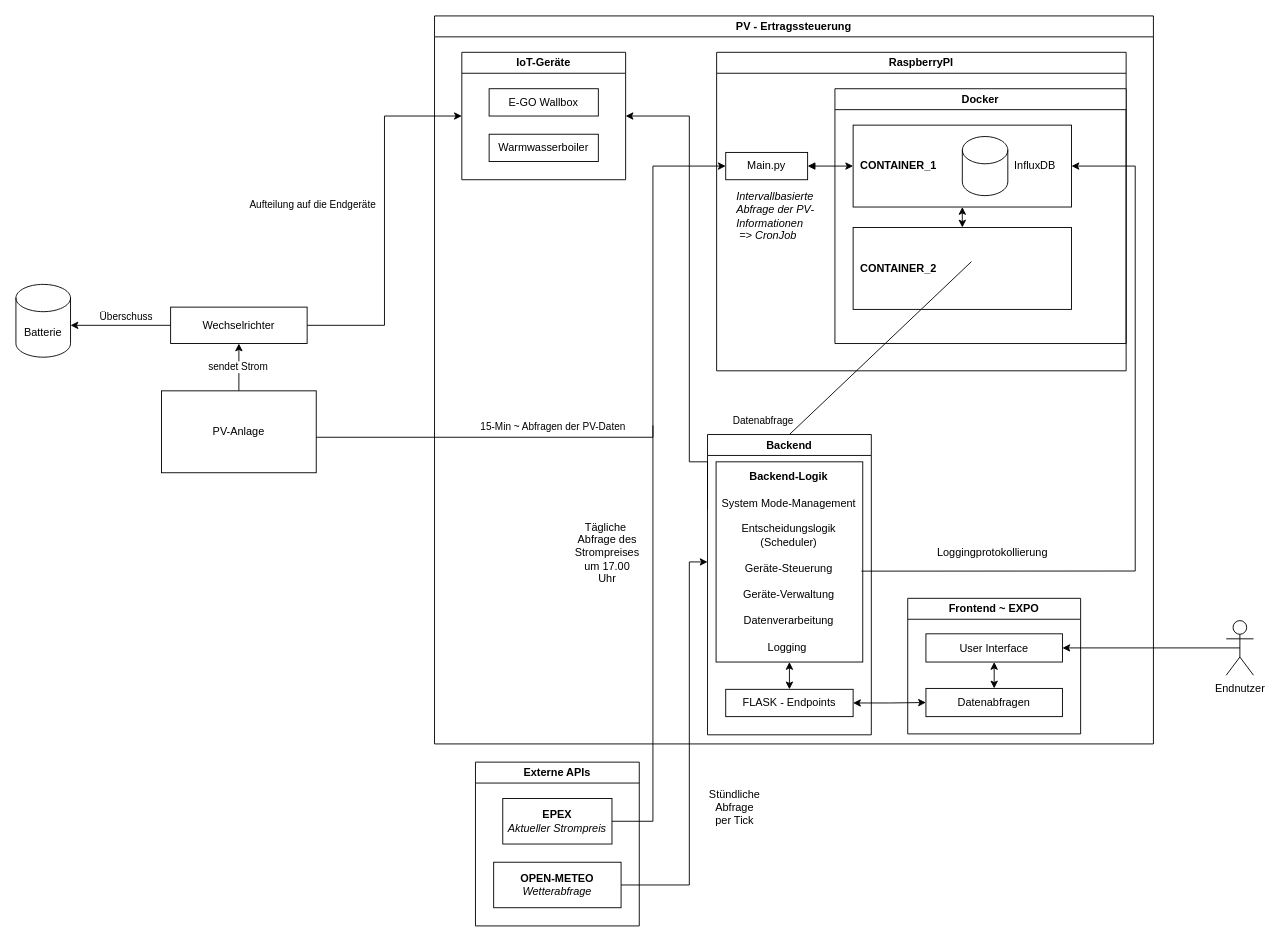
jonasaberger/DIPL_Ertragssteuerung_PV keeps this draw.io diagram as 00_Docs/02_Diagramme/PV-Ertragssteuerung.drawio. Above is the earlier version. Source tidied: cells renumbered, new cells numbered last; positions are measured from the earlier drawing's top-left corner, leaving out a move shared by most shapes. Both pictures are drawn from the tidied source at 91%, with x=0, y=0 at pixel (15, 15).
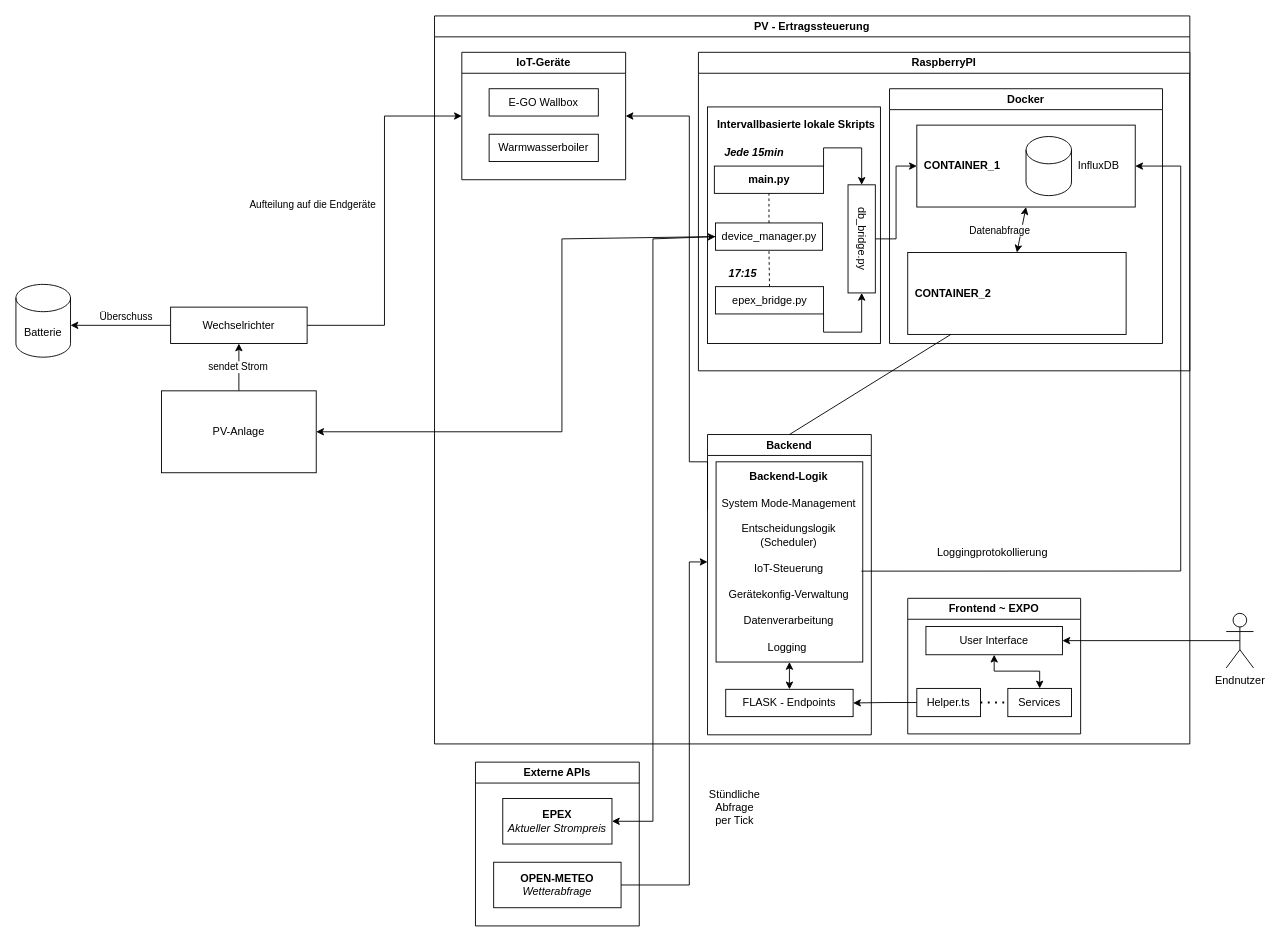
The same page after the edit.

The change refers to these unchanged cells:
```xml
<mxCell id="6" value="Frontend ~ EXPO" style="swimlane;whiteSpace=wrap;html=1;startSize=23;" parent="2" vertex="1">
  <mxGeometry x="520" y="640" width="190" height="149" as="geometry" />
</mxCell>
<mxCell id="22" style="edgeStyle=orthogonalEdgeStyle;rounded=0;jettySize=auto;html=1;exitX=0;exitY=0.25;exitDx=0;exitDy=0;entryX=1;entryY=0.5;entryDx=0;entryDy=0;" parent="2" edge="1" source="24" target="3">
  <mxGeometry relative="1" as="geometry">
    <Array as="points">
      <mxPoint x="280" y="490" />
      <mxPoint x="280" y="110" />
    </Array>
  </mxGeometry>
</mxCell>
<mxCell id="24" value="Backend" style="swimlane;whiteSpace=wrap;html=1;startSize=23;" parent="2" vertex="1">
  <mxGeometry x="300" y="460" width="180" height="330" as="geometry" />
</mxCell>
<mxCell id="25" value="FLASK - Endpoints" style="rounded=0;whiteSpace=wrap;html=1;" parent="24" vertex="1">
  <mxGeometry x="20" y="280" width="140" height="30" as="geometry" />
</mxCell>
<mxCell id="42" value="PV-Anlage" style="rounded=0;whiteSpace=wrap;html=1;" parent="1" vertex="1">
  <mxGeometry x="160" y="412" width="170" height="90" as="geometry" />
</mxCell>
<mxCell id="46" value="&lt;b&gt;EPEX&lt;/b&gt;&lt;div&gt;&lt;i&gt;Aktueller Strompreis&lt;/i&gt;&lt;/div&gt;" style="rounded=0;whiteSpace=wrap;html=1;" parent="45" vertex="1">
  <mxGeometry x="30" y="40" width="120" height="50" as="geometry" />
</mxCell>
```

Change to the diagram source:
```diff
@@
     <mxCell id="2" value="PV - Ertragssteuerung" style="swimlane;whiteSpace=wrap;html=1;" parent="1" vertex="1">
-      <mxGeometry x="460" width="790" height="800" as="geometry" />
+      <mxGeometry x="460" width="830" height="800" as="geometry" />
     </mxCell>
@@
-    <mxCell id="7" value="Datenabfragen" style="rounded=0;whiteSpace=wrap;html=1;" parent="6" vertex="1">
-      <mxGeometry x="20" y="99" width="150" height="31" as="geometry" />
+    <mxCell id="7" value="Services" style="rounded=0;whiteSpace=wrap;html=1;" parent="6" vertex="1">
+      <mxGeometry x="110" y="99" width="70" height="31" as="geometry" />
     </mxCell>
     <mxCell id="8" value="User Interface" style="rounded=0;whiteSpace=wrap;html=1;" parent="6" vertex="1">
-      <mxGeometry x="20" y="39" width="150" height="31" as="geometry" />
+      <mxGeometry x="20" y="31" width="150" height="31" as="geometry" />
     </mxCell>
+    <mxCell id="52" value="Helper.ts" style="rounded=0;whiteSpace=wrap;html=1;" parent="6" vertex="1">
+      <mxGeometry x="10" y="99" width="70" height="31" as="geometry" />
+    </mxCell>
+    <mxCell id="53" style="endArrow=none;dashed=1;html=1;dashPattern=1 3;strokeWidth=2;rounded=0;entryX=0;entryY=0.5;entryDx=0;entryDy=0;exitX=1;exitY=0.5;exitDx=0;exitDy=0;" parent="6" edge="1" source="52" target="7">
+      <mxGeometry relative="1" as="geometry" />
+    </mxCell>
     <mxCell id="9" style="endArrow=classic;startArrow=classic;html=1;rounded=0;entryX=0.5;entryY=1;entryDx=0;entryDy=0;exitX=0.5;exitY=0;exitDx=0;exitDy=0;" parent="6" edge="1" source="7" target="8">
-      <mxGeometry relative="1" as="geometry" />
+      <mxGeometry relative="1" as="geometry">
+        <Array as="points">
+          <mxPoint x="145" y="80" />
+          <mxPoint x="95" y="80" />
+        </Array>
+      </mxGeometry>
     </mxCell>
     <mxCell id="10" value="RaspberryPI" style="swimlane;whiteSpace=wrap;html=1;" parent="2" vertex="1">
-      <mxGeometry x="310" y="40" width="450" height="350" as="geometry" />
+      <mxGeometry x="290" y="40" width="540" height="350" as="geometry" />
     </mxCell>
+    <mxCell id="54" style="rounded=0;whiteSpace=wrap;html=1;fillColor=none;" parent="10" vertex="1">
+      <mxGeometry x="10" y="60" width="190" height="260" as="geometry" />
+    </mxCell>
     <mxCell id="11" value="Docker" style="swimlane;whiteSpace=wrap;html=1;" parent="10" vertex="1">
-      <mxGeometry x="130" y="40" width="320" height="280" as="geometry" />
+      <mxGeometry x="210" y="40" width="300" height="280" as="geometry" />
     </mxCell>
     <mxCell id="12" style="rounded=0;whiteSpace=wrap;html=1;fillColor=none;" parent="11" vertex="1">
-      <mxGeometry x="20" y="40" width="240" height="90" as="geometry" />
+      <mxGeometry x="30" y="40" width="240" height="90" as="geometry" />
     </mxCell>
     <mxCell id="13" style="shape=cylinder3;whiteSpace=wrap;html=1;boundedLbl=1;backgroundOutline=1;size=15;" parent="11" vertex="1">
-      <mxGeometry x="140" y="52.5" width="50" height="65" as="geometry" />
+      <mxGeometry x="150" y="52.5" width="50" height="65" as="geometry" />
     </mxCell>
     <mxCell id="14" value="InfluxDB" style="text;html=1;align=center;verticalAlign=middle;whiteSpace=wrap;rounded=0;" parent="11" vertex="1">
-      <mxGeometry x="190" y="70" width="60" height="30" as="geometry" />
+      <mxGeometry x="200" y="70" width="60" height="30" as="geometry" />
     </mxCell>
     <mxCell id="15" value="CONTAINER_1" style="text;html=1;align=center;verticalAlign=middle;whiteSpace=wrap;rounded=0;fontStyle=1;" parent="11" vertex="1">
-      <mxGeometry x="40" y="70" width="60" height="30" as="geometry" />
+      <mxGeometry x="50" y="70" width="60" height="30" as="geometry" />
     </mxCell>
+    <mxCell id="18" style="endArrow=classic;startArrow=classic;html=1;rounded=0;entryX=0.5;entryY=1;entryDx=0;entryDy=0;exitX=0.5;exitY=0;exitDx=0;exitDy=0;" parent="11" edge="1" source="16" target="12">
+      <mxGeometry relative="1" as="geometry" />
+    </mxCell>
+    <mxCell id="55" style="group;" parent="11" vertex="1">
+      <mxGeometry x="20" y="180" width="240" height="90" as="geometry" />
+    </mxCell>
-    <mxCell id="16" style="rounded=0;whiteSpace=wrap;html=1;fillColor=none;" parent="11" vertex="1">
-      <mxGeometry x="20" y="152.5" width="240" height="90" as="geometry" />
+    <mxCell id="16" style="rounded=0;whiteSpace=wrap;html=1;fillColor=none;" parent="55" vertex="1">
+      <mxGeometry width="240" height="90" as="geometry" />
     </mxCell>
-    <mxCell id="17" value="CONTAINER_2" style="text;html=1;align=center;verticalAlign=middle;whiteSpace=wrap;rounded=0;fontStyle=1;" parent="11" vertex="1">
-      <mxGeometry x="40" y="182.5" width="60" height="30" as="geometry" />
+    <mxCell id="17" value="CONTAINER_2" style="text;html=1;align=center;verticalAlign=middle;whiteSpace=wrap;rounded=0;fontStyle=1;" parent="55" vertex="1">
+      <mxGeometry x="20" y="30" width="60" height="30" as="geometry" />
     </mxCell>
-    <mxCell id="18" style="endArrow=classic;startArrow=classic;html=1;rounded=0;entryX=0.5;entryY=1;entryDx=0;entryDy=0;exitX=0.5;exitY=0;exitDx=0;exitDy=0;" parent="11" edge="1" source="16" target="12">
-      <mxGeometry relative="1" as="geometry" />
-    </mxCell>
-    <mxCell id="19" style="edgeStyle=orthogonalEdgeStyle;rounded=0;jettySize=auto;html=1;exitX=1;exitY=0.5;exitDx=0;exitDy=0;entryX=0;entryY=0.5;entryDx=0;entryDy=0;startArrow=block;startFill=1;" parent="10" edge="1" source="20" target="12">
-      <mxGeometry relative="1" as="geometry" />
-    </mxCell>
+    <mxCell id="56" style="edgeStyle=orthogonalEdgeStyle;rounded=0;jettySize=auto;html=1;exitX=1;exitY=0;exitDx=0;exitDy=0;entryX=0;entryY=0.5;entryDx=0;entryDy=0;" parent="10" edge="1" source="20" target="62">
+      <mxGeometry relative="1" as="geometry" />
+    </mxCell>
-    <mxCell id="20" value="Main.py" style="rounded=0;whiteSpace=wrap;html=1;" parent="10" vertex="1">
-      <mxGeometry x="10" y="110" width="90" height="30" as="geometry" />
+    <mxCell id="20" value="&lt;b&gt;main.py&lt;/b&gt;" style="rounded=0;whiteSpace=wrap;html=1;" parent="10" vertex="1">
+      <mxGeometry x="17.5" y="125" width="120" height="30" as="geometry" />
     </mxCell>
+    <mxCell id="57" value="device_manager.py" style="rounded=0;whiteSpace=wrap;html=1;" parent="10" vertex="1">
+      <mxGeometry x="18.8" y="187.5" width="117.5" height="30" as="geometry" />
+    </mxCell>
+    <mxCell id="58" style="edgeStyle=orthogonalEdgeStyle;rounded=0;jettySize=auto;html=1;exitX=1;exitY=1;exitDx=0;exitDy=0;entryX=1;entryY=0.5;entryDx=0;entryDy=0;" parent="10" edge="1" source="59" target="62">
+      <mxGeometry relative="1" as="geometry" />
+    </mxCell>
+    <mxCell id="59" value="epex_bridge.py" style="rounded=0;whiteSpace=wrap;html=1;" parent="10" vertex="1">
+      <mxGeometry x="18.7" y="257.5" width="118.8" height="30" as="geometry" />
+    </mxCell>
-    <mxCell id="21" value="Intervallbasierte&lt;div&gt;Abfrage der PV-Informationen&lt;/div&gt;&lt;div&gt;&amp;nbsp;=&amp;gt; CronJob&lt;/div&gt;" style="text;html=1;align=left;verticalAlign=middle;whiteSpace=wrap;rounded=0;fontStyle=2;" parent="10" vertex="1">
-      <mxGeometry x="20" y="145" width="95" height="70" as="geometry" />
+    <mxCell id="21" value="&lt;b style=&quot;font-style: normal;&quot;&gt;&lt;font style=&quot;font-size: 12px;&quot;&gt;Intervallbasierte lokale Skripts&lt;/font&gt;&lt;/b&gt;" style="text;html=1;align=left;verticalAlign=middle;whiteSpace=wrap;rounded=0;fontStyle=2;" parent="10" vertex="1">
+      <mxGeometry x="18.8" y="70" width="191.2" height="20" as="geometry" />
     </mxCell>
+    <mxCell id="60" value="&lt;b&gt;&lt;i&gt;Jede 15min&lt;/i&gt;&lt;/b&gt;" style="text;html=1;align=center;verticalAlign=middle;whiteSpace=wrap;rounded=0;" parent="10" vertex="1">
+      <mxGeometry x="18.8" y="95" width="85" height="30" as="geometry" />
+    </mxCell>
+    <mxCell id="61" style="edgeStyle=orthogonalEdgeStyle;rounded=0;jettySize=auto;html=1;exitX=0.5;exitY=0;exitDx=0;exitDy=0;entryX=0;entryY=0.5;entryDx=0;entryDy=0;" parent="10" edge="1" source="62" target="12">
+      <mxGeometry relative="1" as="geometry" />
+    </mxCell>
+    <mxCell id="62" value="db_bridge.py" style="rounded=0;whiteSpace=wrap;html=1;rotation=90;" parent="10" vertex="1">
+      <mxGeometry x="120" y="190" width="118.8" height="30" as="geometry" />
+    </mxCell>
+    <mxCell id="63" style="endArrow=none;dashed=1;html=1;rounded=0;entryX=0.5;entryY=1;entryDx=0;entryDy=0;exitX=0.5;exitY=0;exitDx=0;exitDy=0;" parent="10" edge="1" source="59" target="57">
+      <mxGeometry relative="1" as="geometry" />
+    </mxCell>
+    <mxCell id="64" style="endArrow=none;dashed=1;html=1;rounded=0;entryX=0.5;entryY=1;entryDx=0;entryDy=0;exitX=0.5;exitY=0;exitDx=0;exitDy=0;" parent="10" edge="1" source="57" target="20">
+      <mxGeometry relative="1" as="geometry" />
+    </mxCell>
+    <mxCell id="65" value="&lt;b&gt;&lt;i&gt;17:15&lt;/i&gt;&lt;/b&gt;" style="text;html=1;align=center;verticalAlign=middle;whiteSpace=wrap;rounded=0;" parent="10" vertex="1">
+      <mxGeometry x="18.8" y="227.5" width="60" height="30" as="geometry" />
+    </mxCell>
@@
     <mxCell id="23" value="Datenabfrage" style="edgeLabel;html=1;align=center;verticalAlign=middle;" parent="22" vertex="1">
       <mxGeometry x="-0.66" relative="1" as="geometry">
-        <mxPoint x="80" y="-29" as="offset" />
+        <mxPoint x="340" y="-238" as="offset" />
       </mxGeometry>
     </mxCell>
@@
-    <mxCell id="26" value="&lt;div&gt;&lt;b style=&quot;background-color: transparent; color: light-dark(rgb(0, 0, 0), rgb(255, 255, 255));&quot;&gt;Backend-Logik&lt;/b&gt;&lt;/div&gt;&lt;div&gt;&lt;span style=&quot;background-color: transparent; color: light-dark(rgb(0, 0, 0), rgb(255, 255, 255));&quot;&gt;&lt;br&gt;&lt;/span&gt;&lt;/div&gt;&lt;div&gt;System Mode-Management&lt;/div&gt;&lt;div&gt;&lt;br&gt;&lt;/div&gt;&lt;div&gt;Entscheidungslogik (Scheduler)&lt;/div&gt;&lt;div&gt;&lt;br&gt;&lt;/div&gt;&lt;div&gt;Geräte-Steuerung&lt;/div&gt;&lt;div&gt;&lt;br&gt;&lt;/div&gt;&lt;div&gt;Geräte-Verwaltung&lt;/div&gt;&lt;div&gt;&lt;br&gt;&lt;/div&gt;&lt;div&gt;Datenverarbeitung&lt;/div&gt;&lt;div&gt;&lt;br&gt;&lt;/div&gt;&lt;div&gt;&lt;span style=&quot;background-color: transparent; color: light-dark(rgb(0, 0, 0), rgb(255, 255, 255));&quot;&gt;Logging&amp;nbsp;&lt;/span&gt;&lt;/div&gt;" style="rounded=0;whiteSpace=wrap;html=1;" parent="24" vertex="1">
+    <mxCell id="26" value="&lt;div&gt;&lt;b style=&quot;background-color: transparent; color: light-dark(rgb(0, 0, 0), rgb(255, 255, 255));&quot;&gt;Backend-Logik&lt;/b&gt;&lt;/div&gt;&lt;div&gt;&lt;span style=&quot;background-color: transparent; color: light-dark(rgb(0, 0, 0), rgb(255, 255, 255));&quot;&gt;&lt;br&gt;&lt;/span&gt;&lt;/div&gt;&lt;div&gt;System Mode-Management&lt;/div&gt;&lt;div&gt;&lt;br&gt;&lt;/div&gt;&lt;div&gt;Entscheidungslogik (Scheduler)&lt;/div&gt;&lt;div&gt;&lt;br&gt;&lt;/div&gt;&lt;div&gt;IoT-Steuerung&lt;/div&gt;&lt;div&gt;&lt;br&gt;&lt;/div&gt;&lt;div&gt;Gerätekonfig-Verwaltung&lt;/div&gt;&lt;div&gt;&lt;br&gt;&lt;/div&gt;&lt;div&gt;Datenverarbeitung&lt;/div&gt;&lt;div&gt;&lt;br&gt;&lt;/div&gt;&lt;div&gt;&lt;span style=&quot;background-color: transparent; color: light-dark(rgb(0, 0, 0), rgb(255, 255, 255));&quot;&gt;Logging&amp;nbsp;&lt;/span&gt;&lt;/div&gt;" style="rounded=0;whiteSpace=wrap;html=1;" parent="24" vertex="1">
       <mxGeometry x="9.4" y="30" width="161.2" height="220" as="geometry" />
     </mxCell>
@@
-    <mxCell id="28" style="edgeStyle=orthogonalEdgeStyle;rounded=0;jettySize=auto;html=1;exitX=1;exitY=0.5;exitDx=0;exitDy=0;entryX=0;entryY=0.5;entryDx=0;entryDy=0;" parent="2" edge="1" target="20">
-      <mxGeometry relative="1" as="geometry">
-        <mxPoint x="-150" y="462" as="sourcePoint" />
-        <Array as="points">
-          <mxPoint x="-150" y="463" />
-          <mxPoint x="240" y="463" />
-          <mxPoint x="240" y="165" />
-        </Array>
-      </mxGeometry>
-    </mxCell>
-    <mxCell id="29" value="15-Min ~ Abfragen der PV-Daten" style="edgeLabel;html=1;align=center;verticalAlign=middle;" parent="28" vertex="1">
-      <mxGeometry x="-0.2" y="-3" relative="1" as="geometry">
-        <mxPoint x="-28" y="-16" as="offset" />
-      </mxGeometry>
-    </mxCell>
-    <mxCell id="30" style="endArrow=none;html=1;rounded=0;exitX=0.5;exitY=0;exitDx=0;exitDy=0;" parent="2" edge="1" source="24">
-      <mxGeometry relative="1" as="geometry">
-        <mxPoint x="590" y="270" as="targetPoint" />
-      </mxGeometry>
+    <mxCell id="30" style="endArrow=none;html=1;rounded=0;exitX=0.5;exitY=0;exitDx=0;exitDy=0;" parent="2" edge="1" source="24" target="16">
+      <mxGeometry relative="1" as="geometry" />
     </mxCell>
-    <mxCell id="31" style="edgeStyle=orthogonalEdgeStyle;rounded=0;jettySize=auto;html=1;exitX=1;exitY=0.5;exitDx=0;exitDy=0;entryX=0;entryY=0.5;entryDx=0;entryDy=0;startArrow=classic;startFill=1;" parent="2" edge="1" source="25" target="7">
-      <mxGeometry relative="1" as="geometry" />
-    </mxCell>
-    <mxCell id="32" value="Tägliche&amp;nbsp; Abfrage des Strompreises um 17.00 Uhr" style="text;html=1;whiteSpace=wrap;strokeColor=none;fillColor=none;align=center;verticalAlign=middle;rounded=0;" parent="2" vertex="1">
-      <mxGeometry x="160" y="550" width="60" height="80" as="geometry" />
-    </mxCell>
     <mxCell id="33" style="endArrow=classic;html=1;rounded=0;exitX=0.991;exitY=0.546;exitDx=0;exitDy=0;exitPerimeter=0;entryX=1;entryY=0.5;entryDx=0;entryDy=0;" parent="2" edge="1" source="26" target="12">
       <mxGeometry relative="1" as="geometry">
         <Array as="points">
-          <mxPoint x="770" y="610" />
-          <mxPoint x="770" y="165" />
+          <mxPoint x="820" y="610" />
+          <mxPoint x="820" y="165" />
         </Array>
       </mxGeometry>
     </mxCell>
@@
+    <mxCell id="66" style="edgeStyle=orthogonalEdgeStyle;rounded=0;jettySize=auto;html=1;exitX=0;exitY=0.5;exitDx=0;exitDy=0;entryX=1;entryY=0.5;entryDx=0;entryDy=0;" parent="2" edge="1" source="52" target="25">
+      <mxGeometry relative="1" as="geometry" />
+    </mxCell>
@@
     <mxCell id="44" value="Endnutzer" style="shape=umlActor;verticalLabelPosition=bottom;verticalAlign=top;html=1;outlineConnect=0;" parent="1" vertex="1">
-      <mxGeometry x="1330" y="664.5" width="30" height="60" as="geometry" />
+      <mxGeometry x="1330" y="656.5" width="30" height="60" as="geometry" />
     </mxCell>
@@
-    <mxCell id="49" style="endArrow=none;html=1;rounded=0;exitX=1;exitY=0.5;exitDx=0;exitDy=0;" parent="1" edge="1" source="46">
-      <mxGeometry relative="1" as="geometry">
-        <mxPoint x="700" y="450" as="targetPoint" />
-        <Array as="points">
-          <mxPoint x="700" y="885" />
-        </Array>
-      </mxGeometry>
-    </mxCell>
@@
+    <mxCell id="67" style="endArrow=classic;startArrow=classic;html=1;rounded=0;exitX=1;exitY=0.5;exitDx=0;exitDy=0;entryX=0;entryY=0.5;entryDx=0;entryDy=0;" parent="1" edge="1" source="46" target="57">
+      <mxGeometry relative="1" as="geometry">
+        <Array as="points">
+          <mxPoint x="700" y="885" />
+          <mxPoint x="700" y="245" />
+        </Array>
+      </mxGeometry>
+    </mxCell>
+    <mxCell id="68" style="endArrow=classic;html=1;rounded=0;entryX=1;entryY=0.5;entryDx=0;entryDy=0;exitX=0;exitY=0.5;exitDx=0;exitDy=0;" parent="1" edge="1" source="57" target="42">
+      <mxGeometry relative="1" as="geometry">
+        <Array as="points">
+          <mxPoint x="600" y="245" />
+          <mxPoint x="600" y="457" />
+        </Array>
+      </mxGeometry>
+    </mxCell>
```
